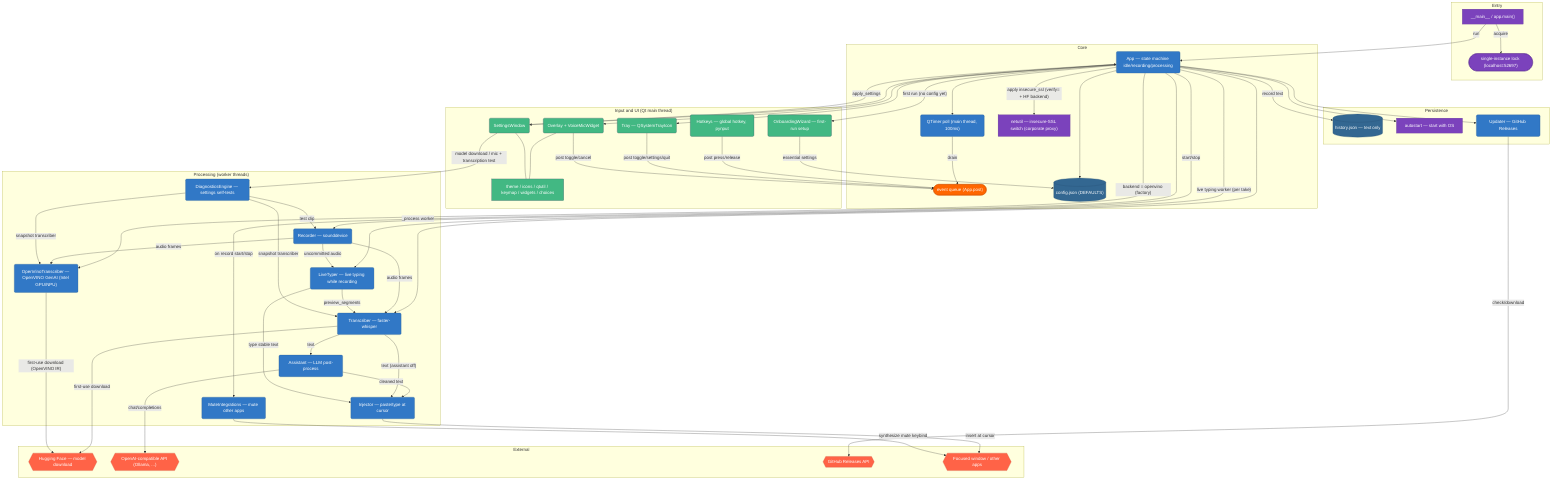
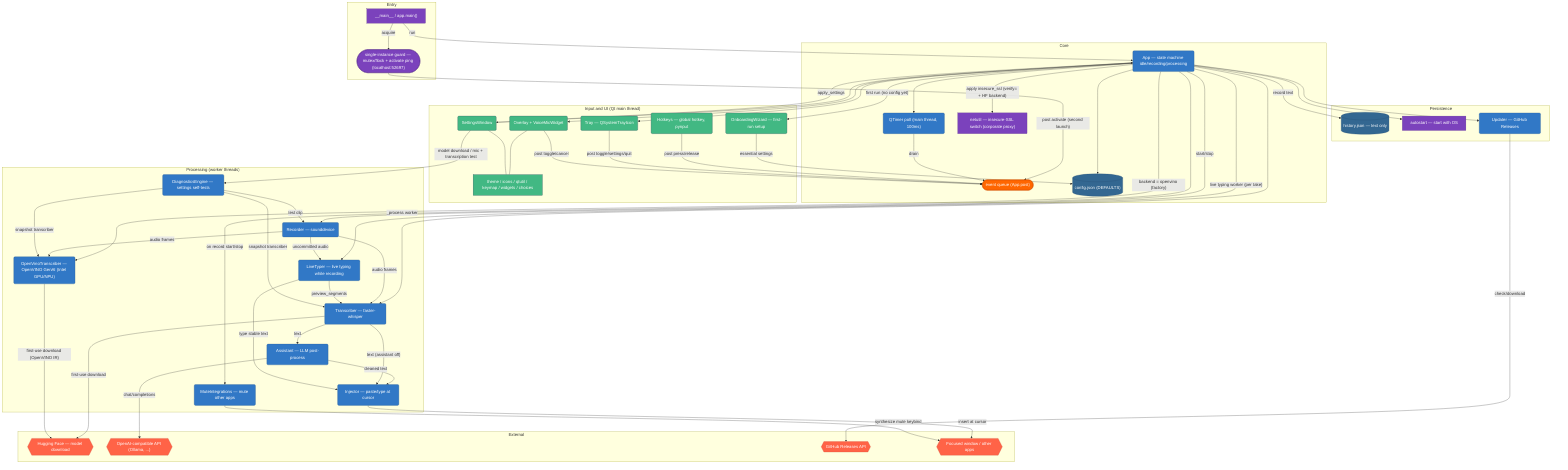
flowchart TD
    subgraph "Entry"
        Main["__main__ / app.main()"]:::infra
-         Single(["single-instance lock (localhost:52697)"]):::infra
+         Single(["single-instance guard — mutex/flock + activate ping (localhost:52697)"]):::infra
    end

    subgraph "Core"
        App("App — state machine idle/recording/processing"):::backend
        Events(["event queue (App.post)"]):::queue
        Poll("QTimer poll (main thread, 100ms)"):::backend
        Config[("config.json (DEFAULTS)")]:::database
        Net["netutil — insecure-SSL switch (corporate proxy)"]:::infra
    end

    subgraph "Input and UI (Qt main thread)"
        Hotkeys("Hotkeys — global hotkey, pynput"):::frontend
        Tray("Tray — QSystemTrayIcon"):::frontend
        Overlay("Overlay + VoiceMicWidget"):::frontend
        Settings("SettingsWindow"):::frontend
        Onboarding("OnboardingWizard — first-run setup"):::frontend
        Theme["theme / icons / qtutil / keymap / widgets / choices"]:::frontend
    end

    subgraph "Processing (worker threads)"
        Recorder("Recorder — sounddevice"):::backend
        Transcriber("Transcriber — faster-whisper"):::backend
        TranscriberOV("OpenVinoTranscriber — OpenVINO GenAI (Intel GPU/NPU)"):::backend
        Assistant("Assistant — LLM post-process"):::backend
        Injector("Injector — paste/type at cursor"):::backend
        LiveType("LiveTyper — live typing while recording"):::backend
        Mute("MuteIntegrations — mute other apps"):::backend
        Diag("DiagnosticsEngine — settings self-tests"):::backend
    end

    subgraph "Persistence"
        History[("history.json — text only")]:::database
        Autostart["autostart — start with OS"]:::infra
        Updater("Updater — GitHub Releases"):::backend
    end

    subgraph "External"
        HF{{"Hugging Face — model download"}}:::external
        LLM{{"OpenAI-compatible API (Ollama, ...)"}}:::external
        GH{{"GitHub Releases API"}}:::external
        OS{{"Focused window / other apps"}}:::external
    end

    Main -->|"acquire"| Single
+     Single -->|"post activate (second launch)"| Events
    Main -->|"run"| App
    App --> Config
    App -->|"apply insecure_ssl (verify= + HF backend)"| Net
    App --> Poll
    Poll -->|"drain"| Events

    Hotkeys -->|"post press/release"| Events
    Tray -->|"post toggle/settings/quit"| Events
    Overlay -->|"post toggle/cancel"| Events
    Settings -->|"apply_settings"| App
    App --> Tray
    App --> Overlay
    App --> Settings
    App -->|"first run (no config yet)"| Onboarding
    Onboarding -->|"essential settings"| Config
    Overlay --- Theme
    Settings --- Theme

    App -->|"start/stop"| Recorder
    App -->|"_process worker"| Transcriber
    App -->|"backend = openvino (factory)"| TranscriberOV
    Recorder -->|"audio frames"| Transcriber
    Recorder -->|"audio frames"| TranscriberOV
    Transcriber -->|"text"| Assistant
    Assistant -->|"cleaned text"| Injector
    Transcriber -->|"text (assistant off)"| Injector
    App -->|"on record start/stop"| Mute
    App -->|"live typing worker (per take)"| LiveType
    Recorder -->|"uncommitted audio"| LiveType
    LiveType -->|"preview_segments"| Transcriber
    LiveType -->|"type stable text"| Injector

    Settings -->|"model download / mic + transcription test"| Diag
    Diag -->|"test clip"| Recorder
    Diag -->|"snapshot transcriber"| Transcriber
    Diag -->|"snapshot transcriber"| TranscriberOV

    Injector -->|"insert at cursor"| OS
    Mute -->|"synthesize mute keybind"| OS
    Transcriber -->|"first-use download"| HF
    TranscriberOV -->|"first-use download (OpenVINO IR)"| HF
    Assistant -->|"chat/completions"| LLM
    Updater -->|"check/download"| GH
    App --> Updater
    App -->|"record text"| History
    App --> Autostart

    click Main "src/listen_to_me/app.py"
+     click Single "src/listen_to_me/singleinstance.py"
    click App "src/listen_to_me/app.py"
    click Config "src/listen_to_me/config.py"
    click Hotkeys "src/listen_to_me/hotkeys.py"
    click Tray "src/listen_to_me/tray.py"
    click Overlay "src/listen_to_me/overlay.py"
    click Settings "src/listen_to_me/settings_ui.py"
    click Onboarding "src/listen_to_me/onboarding.py"
    click Recorder "src/listen_to_me/audio.py"
    click Transcriber "src/listen_to_me/transcriber.py"
    click TranscriberOV "src/listen_to_me/transcriber_openvino.py"
    click Assistant "src/listen_to_me/assistant.py"
    click Injector "src/listen_to_me/injector.py"
    click LiveType "src/listen_to_me/livetype.py"
    click Mute "src/listen_to_me/integrations.py"
    click History "src/listen_to_me/history.py"
    click Autostart "src/listen_to_me/autostart.py"
    click Updater "src/listen_to_me/updater.py"
    click Net "src/listen_to_me/netutil.py"
    click Diag "src/listen_to_me/diagnostics.py"

    classDef frontend fill:#42b883,stroke:#35495e,color:#fff
    classDef backend fill:#3178c6,stroke:#265a8f,color:#fff
    classDef database fill:#336791,stroke:#264d73,color:#fff
    classDef queue fill:#ff6600,stroke:#cc5200,color:#fff
    classDef external fill:#ff6347,stroke:#cc4f39,color:#fff
    classDef infra fill:#7b42bc,stroke:#5e338f,color:#fff
